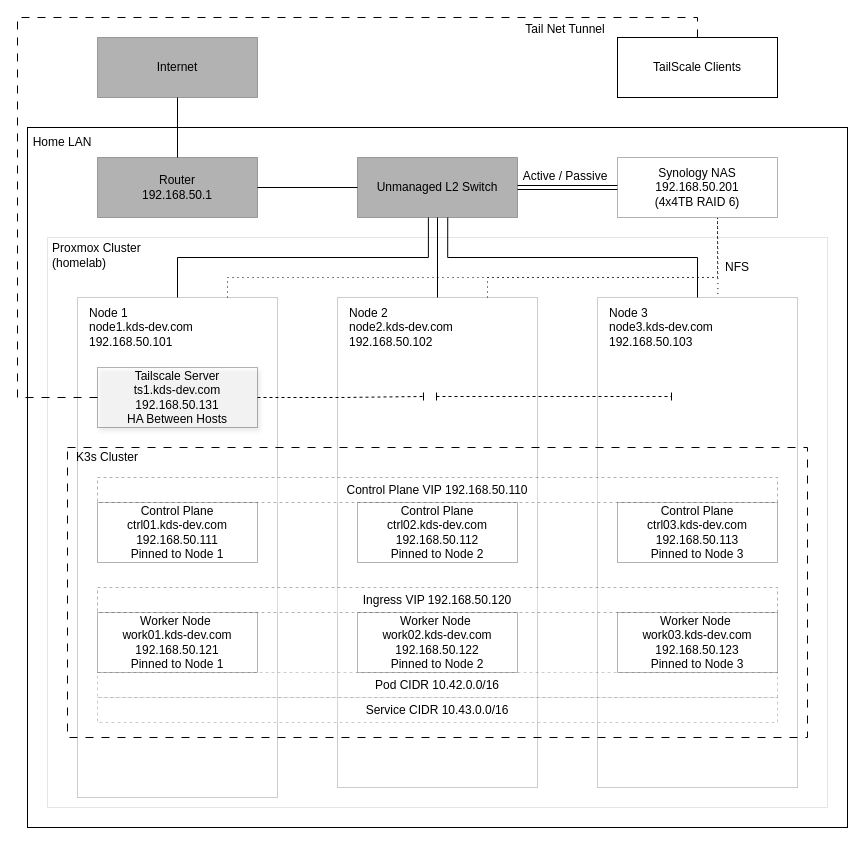
The draw.io diagram page "Infra / Network" (1 of 4) of docs/assets/Diagrams.drawio in KDScheuer/Home-Lab, before the edit. Source tidied: cells renumbered, new cells numbered last; positions are measured from the earlier drawing's top-left corner, leaving out a move shared by most shapes. Both pictures are drawn from the tidied source at 100%, with x=0, y=0 at pixel (17, 17).
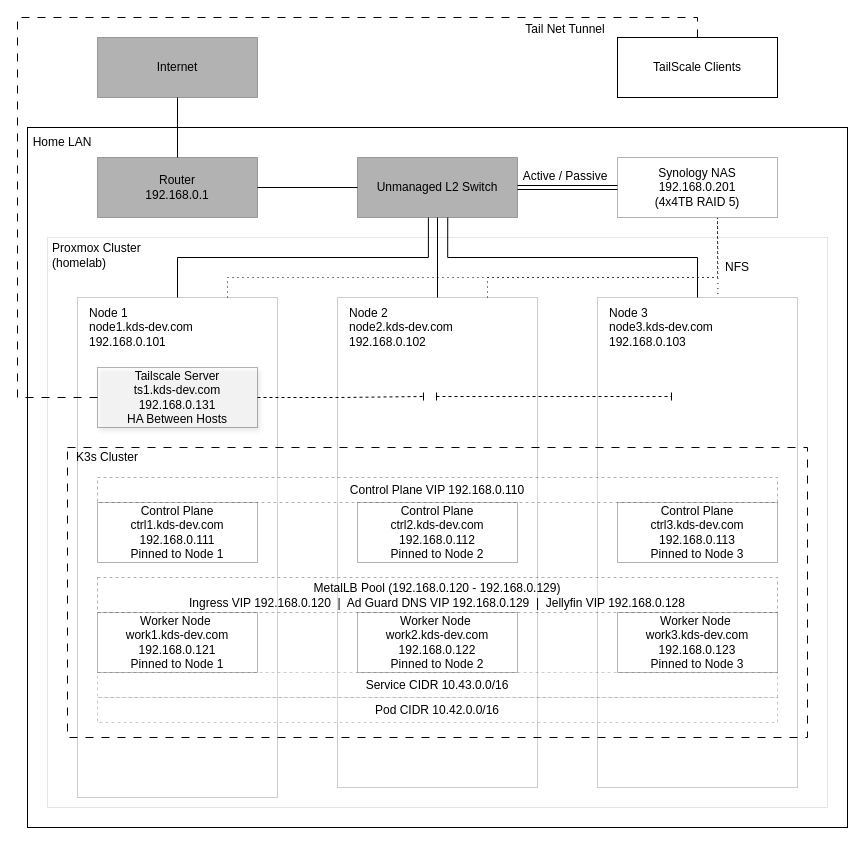
After the change.

The edit, as a diff of the source:
```diff
@@
+    <mxCell id="7" style="rounded=0;whiteSpace=wrap;html=1;fillColor=light-dark(#FFFFFF,#FFFF33);opacity=20;" parent="1" vertex="1">
+      <mxGeometry x="60" y="280" width="200" height="500" as="geometry" />
+    </mxCell>
+    <mxCell id="10" style="rounded=0;whiteSpace=wrap;html=1;fillColor=light-dark(#FFFFFF,#FFFF33);opacity=20;" parent="1" vertex="1">
+      <mxGeometry x="320" y="280" width="200" height="490" as="geometry" />
+    </mxCell>
+    <mxCell id="12" style="rounded=0;whiteSpace=wrap;html=1;fillColor=light-dark(#FFFFFF,#FFFF33);opacity=20;" parent="1" vertex="1">
+      <mxGeometry x="580" y="280" width="200" height="490" as="geometry" />
+    </mxCell>
+    <mxCell id="44" style="rounded=0;whiteSpace=wrap;html=1;dashed=1;dashPattern=8 8;strokeWidth=1;fillColor=none;" parent="1" vertex="1">
+      <mxGeometry x="50" y="430" width="740" height="290" as="geometry" />
+    </mxCell>
@@
-    <mxCell id="7" style="rounded=0;whiteSpace=wrap;html=1;fillColor=light-dark(#FFFFFF,#FFFF33);opacity=20;" parent="1" vertex="1">
-      <mxGeometry x="60" y="280" width="200" height="500" as="geometry" />
-    </mxCell>
@@
-    <mxCell id="10" style="rounded=0;whiteSpace=wrap;html=1;fillColor=light-dark(#FFFFFF,#FFFF33);opacity=20;" parent="1" vertex="1">
-      <mxGeometry x="320" y="280" width="200" height="490" as="geometry" />
-    </mxCell>
@@
-    <mxCell id="12" style="rounded=0;whiteSpace=wrap;html=1;fillColor=light-dark(#FFFFFF,#FFFF33);opacity=20;" parent="1" vertex="1">
-      <mxGeometry x="580" y="280" width="200" height="490" as="geometry" />
-    </mxCell>
-    <mxCell id="13" value="&lt;div&gt;Node 1&lt;/div&gt;node1.kds-dev.com&lt;div&gt;192.168.50.101&lt;/div&gt;" style="text;html=1;whiteSpace=wrap;strokeColor=none;fillColor=none;align=left;verticalAlign=middle;rounded=0;" parent="1" vertex="1">
+    <mxCell id="13" value="&lt;div&gt;Node 1&lt;/div&gt;node1.kds-dev.com&lt;div&gt;192.168.0.101&lt;/div&gt;" style="text;html=1;whiteSpace=wrap;strokeColor=none;fillColor=none;align=left;verticalAlign=middle;rounded=0;" parent="1" vertex="1">
       <mxGeometry x="70" y="290" width="180" height="40" as="geometry" />
     </mxCell>
-    <mxCell id="14" value="&lt;div&gt;Node 2&lt;/div&gt;node2.kds-dev.com&lt;div&gt;192.168.50.102&lt;/div&gt;" style="text;html=1;whiteSpace=wrap;strokeColor=none;fillColor=none;align=left;verticalAlign=middle;rounded=0;" parent="1" vertex="1">
+    <mxCell id="14" value="&lt;div&gt;Node 2&lt;/div&gt;node2.kds-dev.com&lt;div&gt;192.168.0.102&lt;/div&gt;" style="text;html=1;whiteSpace=wrap;strokeColor=none;fillColor=none;align=left;verticalAlign=middle;rounded=0;" parent="1" vertex="1">
       <mxGeometry x="330" y="290" width="180" height="40" as="geometry" />
     </mxCell>
-    <mxCell id="15" value="&lt;div&gt;Node 3&lt;/div&gt;node3.kds-dev.com&lt;br&gt;&lt;div&gt;192.168.50.103&lt;/div&gt;" style="text;html=1;whiteSpace=wrap;strokeColor=none;fillColor=none;align=left;verticalAlign=middle;rounded=0;" parent="1" vertex="1">
+    <mxCell id="15" value="&lt;div&gt;Node 3&lt;/div&gt;node3.kds-dev.com&lt;br&gt;&lt;div&gt;192.168.0.103&lt;/div&gt;" style="text;html=1;whiteSpace=wrap;strokeColor=none;fillColor=none;align=left;verticalAlign=middle;rounded=0;" parent="1" vertex="1">
       <mxGeometry x="590" y="290" width="180" height="40" as="geometry" />
     </mxCell>
@@
-    <mxCell id="17" value="Tailscale Server&lt;div&gt;ts1.kds-dev.com&lt;/div&gt;&lt;div&gt;192.168.50.131&lt;/div&gt;&lt;div&gt;HA Between Hosts&lt;/div&gt;" style="rounded=0;whiteSpace=wrap;html=1;fillColor=light-dark(#FFFFFF,#99FF99);opacity=30;shadow=1;" parent="1" vertex="1">
+    <mxCell id="17" value="Tailscale Server&lt;div&gt;ts1.kds-dev.com&lt;/div&gt;&lt;div&gt;192.168.0.131&lt;/div&gt;&lt;div&gt;HA Between Hosts&lt;/div&gt;" style="rounded=0;whiteSpace=wrap;html=1;fillColor=light-dark(#FFFFFF,#99FF99);opacity=30;shadow=1;" parent="1" vertex="1">
       <mxGeometry x="80" y="350" width="160" height="60" as="geometry" />
     </mxCell>
@@
-    <mxCell id="19" value="Control Plane&lt;div&gt;ctrl01.kds-dev.com&lt;/div&gt;&lt;div&gt;192.168.50.111&lt;/div&gt;&lt;div&gt;Pinned to Node 1&lt;/div&gt;" style="rounded=0;whiteSpace=wrap;html=1;fillColor=light-dark(#FFFFFF,#99FF99);opacity=30;" parent="1" vertex="1">
+    <mxCell id="19" value="Control Plane&lt;div&gt;ctrl1.kds-dev.com&lt;/div&gt;&lt;div&gt;192.168.0.111&lt;/div&gt;&lt;div&gt;Pinned to Node 1&lt;/div&gt;" style="rounded=0;whiteSpace=wrap;html=1;fillColor=light-dark(#FFFFFF,#99FF99);opacity=30;" parent="1" vertex="1">
       <mxGeometry x="80" y="485" width="160" height="60" as="geometry" />
     </mxCell>
-    <mxCell id="20" value="&lt;div&gt;Worker Node&amp;nbsp;&lt;/div&gt;&lt;div&gt;work01.kds-dev.com&lt;/div&gt;&lt;div&gt;192.168.50.121&lt;/div&gt;&lt;div&gt;Pinned to Node 1&lt;/div&gt;" style="rounded=0;whiteSpace=wrap;html=1;fillColor=light-dark(#FFFFFF,#99FF99);opacity=30;" parent="1" vertex="1">
+    <mxCell id="20" value="&lt;div&gt;Worker Node&amp;nbsp;&lt;/div&gt;&lt;div&gt;work1.kds-dev.com&lt;/div&gt;&lt;div&gt;192.168.0.121&lt;/div&gt;&lt;div&gt;Pinned to Node 1&lt;/div&gt;" style="rounded=0;whiteSpace=wrap;html=1;fillColor=light-dark(#FFFFFF,#99FF99);opacity=30;" parent="1" vertex="1">
       <mxGeometry x="80" y="595" width="160" height="60" as="geometry" />
     </mxCell>
-    <mxCell id="21" value="Control Plane&lt;div&gt;ctrl02.kds-dev.com&lt;/div&gt;&lt;div&gt;192.168.50.112&lt;/div&gt;&lt;div&gt;Pinned to Node 2&lt;/div&gt;" style="rounded=0;whiteSpace=wrap;html=1;fillColor=light-dark(#FFFFFF,#99FF99);opacity=30;" parent="1" vertex="1">
+    <mxCell id="21" value="Control Plane&lt;div&gt;ctrl2.kds-dev.com&lt;/div&gt;&lt;div&gt;192.168.0.112&lt;/div&gt;&lt;div&gt;Pinned to Node 2&lt;/div&gt;" style="rounded=0;whiteSpace=wrap;html=1;fillColor=light-dark(#FFFFFF,#99FF99);opacity=30;" parent="1" vertex="1">
       <mxGeometry x="340" y="485" width="160" height="60" as="geometry" />
     </mxCell>
-    <mxCell id="22" value="&lt;div&gt;Worker Node&amp;nbsp;&lt;/div&gt;&lt;div&gt;work02.kds-dev.com&lt;/div&gt;&lt;div&gt;192.168.50.122&lt;/div&gt;&lt;div&gt;Pinned to Node 2&lt;/div&gt;" style="rounded=0;whiteSpace=wrap;html=1;fillColor=light-dark(#FFFFFF,#99FF99);opacity=30;" parent="1" vertex="1">
+    <mxCell id="22" value="&lt;div&gt;Worker Node&amp;nbsp;&lt;/div&gt;&lt;div&gt;work2.kds-dev.com&lt;/div&gt;&lt;div&gt;192.168.0.122&lt;/div&gt;&lt;div&gt;Pinned to Node 2&lt;/div&gt;" style="rounded=0;whiteSpace=wrap;html=1;fillColor=light-dark(#FFFFFF,#99FF99);opacity=30;" parent="1" vertex="1">
       <mxGeometry x="340" y="595" width="160" height="60" as="geometry" />
     </mxCell>
-    <mxCell id="23" value="&lt;div&gt;Worker Node&amp;nbsp;&lt;/div&gt;&lt;div&gt;work03.kds-dev.com&lt;/div&gt;&lt;div&gt;192.168.50.123&lt;/div&gt;&lt;div&gt;Pinned to Node 3&lt;/div&gt;" style="rounded=0;whiteSpace=wrap;html=1;fillColor=light-dark(#FFFFFF,#99FF99);opacity=30;" parent="1" vertex="1">
+    <mxCell id="23" value="&lt;div&gt;Worker Node&amp;nbsp;&lt;/div&gt;&lt;div&gt;work3.kds-dev.com&lt;/div&gt;&lt;div&gt;192.168.0.123&lt;/div&gt;&lt;div&gt;Pinned to Node 3&lt;/div&gt;" style="rounded=0;whiteSpace=wrap;html=1;fillColor=light-dark(#FFFFFF,#99FF99);opacity=30;" parent="1" vertex="1">
       <mxGeometry x="600" y="595" width="160" height="60" as="geometry" />
     </mxCell>
-    <mxCell id="24" value="Control Plane&lt;div&gt;ctrl03.kds-dev.com&lt;/div&gt;&lt;div&gt;192.168.50.113&lt;/div&gt;&lt;div&gt;Pinned to Node 3&lt;/div&gt;" style="rounded=0;whiteSpace=wrap;html=1;fillColor=light-dark(#FFFFFF,#99FF99);opacity=30;" parent="1" vertex="1">
+    <mxCell id="24" value="Control Plane&lt;div&gt;ctrl3.kds-dev.com&lt;/div&gt;&lt;div&gt;192.168.0.113&lt;/div&gt;&lt;div&gt;Pinned to Node 3&lt;/div&gt;" style="rounded=0;whiteSpace=wrap;html=1;fillColor=light-dark(#FFFFFF,#99FF99);opacity=30;" parent="1" vertex="1">
       <mxGeometry x="600" y="485" width="160" height="60" as="geometry" />
     </mxCell>
@@
-    <mxCell id="27" value="Synology NAS&lt;div&gt;192.168.50.201&lt;/div&gt;&lt;div&gt;(4x4TB RAID 6)&lt;/div&gt;" style="rounded=0;whiteSpace=wrap;html=1;fillColor=light-dark(#FFFFFF,#000066);opacity=30;" parent="1" vertex="1">
+    <mxCell id="27" value="Synology NAS&lt;div&gt;192.168.0.201&lt;/div&gt;&lt;div&gt;(4x4TB RAID 5)&lt;/div&gt;" style="rounded=0;whiteSpace=wrap;html=1;fillColor=light-dark(#FFFFFF,#000066);opacity=30;" parent="1" vertex="1">
       <mxGeometry x="600" y="140" width="160" height="60" as="geometry" />
     </mxCell>
@@
-    <mxCell id="31" value="Router&lt;div&gt;192.168.50.1&lt;/div&gt;" style="rounded=0;whiteSpace=wrap;html=1;strokeColor=light-dark(#000000,#66FFFF);fillColor=light-dark(#000000,#66FFFF);opacity=30;" parent="1" vertex="1">
+    <mxCell id="31" value="Router&lt;div&gt;192.168.0.1&lt;/div&gt;" style="rounded=0;whiteSpace=wrap;html=1;strokeColor=light-dark(#000000,#66FFFF);fillColor=light-dark(#000000,#66FFFF);opacity=30;" parent="1" vertex="1">
       <mxGeometry x="80" y="140" width="160" height="60" as="geometry" />
     </mxCell>
-    <mxCell id="32" value="Control Plane VIP 192.168.50.110" style="rounded=0;whiteSpace=wrap;html=1;dashed=1;fillColor=light-dark(#FFFFFF,#FF99FF);opacity=30;" parent="1" vertex="1">
+    <mxCell id="32" value="Control Plane VIP 192.168.0.110" style="rounded=0;whiteSpace=wrap;html=1;dashed=1;fillColor=light-dark(#FFFFFF,#FF99FF);opacity=30;" parent="1" vertex="1">
       <mxGeometry x="80" y="460" width="680" height="25" as="geometry" />
     </mxCell>
-    <mxCell id="33" value="Ingress VIP 192.168.50.120" style="rounded=0;whiteSpace=wrap;html=1;dashed=1;fillColor=light-dark(#FFFFFF,#FF99FF);opacity=30;" parent="1" vertex="1">
-      <mxGeometry x="80" y="570" width="680" height="25" as="geometry" />
+    <mxCell id="33" value="&lt;div&gt;MetalLB Pool (192.168.0.120 - 192.168.0.129)&lt;/div&gt;Ingress VIP 192.168.0.120&amp;nbsp; |&amp;nbsp; Ad Guard DNS VIP 192.168.0.129&amp;nbsp; |&amp;nbsp; Jellyfin VIP 192.168.0.128" style="rounded=0;whiteSpace=wrap;html=1;dashed=1;fillColor=light-dark(#FFFFFF,#FF99FF);opacity=30;" parent="1" vertex="1">
+      <mxGeometry x="80" y="560" width="680" height="35" as="geometry" />
     </mxCell>
@@
     <mxCell id="40" value="Pod CIDR 10.42.0.0/16" style="rounded=0;whiteSpace=wrap;html=1;dashed=1;fillColor=light-dark(#FFFFFF,#00FF80);opacity=20;" parent="1" vertex="1">
-      <mxGeometry x="80" y="655" width="680" height="25" as="geometry" />
+      <mxGeometry x="80" y="680" width="680" height="25" as="geometry" />
     </mxCell>
     <mxCell id="41" value="Service CIDR 10.43.0.0/16" style="rounded=0;whiteSpace=wrap;html=1;dashed=1;fillColor=light-dark(#FFFFFF,#00FF80);opacity=20;" parent="1" vertex="1">
-      <mxGeometry x="80" y="680" width="680" height="25" as="geometry" />
+      <mxGeometry x="80" y="655" width="680" height="25" as="geometry" />
     </mxCell>
@@
-    <mxCell id="44" style="rounded=0;whiteSpace=wrap;html=1;dashed=1;dashPattern=8 8;strokeWidth=1;fillColor=none;" parent="1" vertex="1">
-      <mxGeometry x="50" y="430" width="740" height="290" as="geometry" />
-    </mxCell>
```
